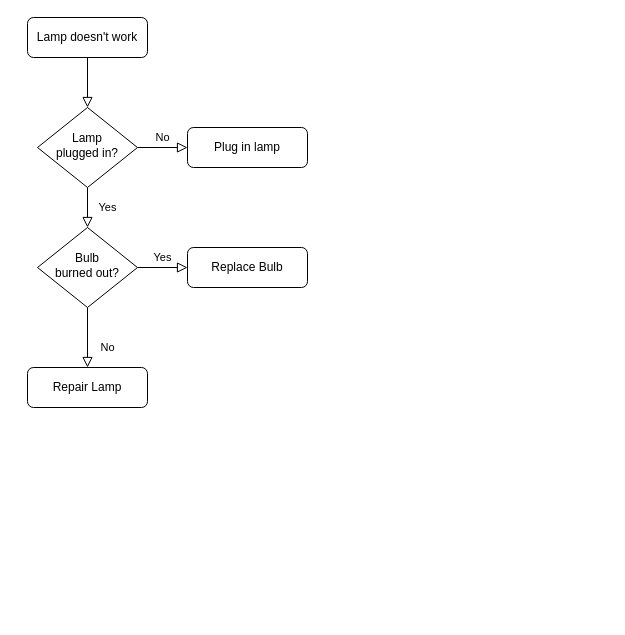
Before: 活动跟团关系管理.drawio in Luffybaga/draw, a draw.io diagram. Source tidied: cells renumbered, new cells numbered last; positions are measured from the earlier drawing's top-left corner, leaving out a move shared by most shapes. Both pictures are drawn from the tidied source at 100%, with x=0, y=0 at pixel (27, 17).
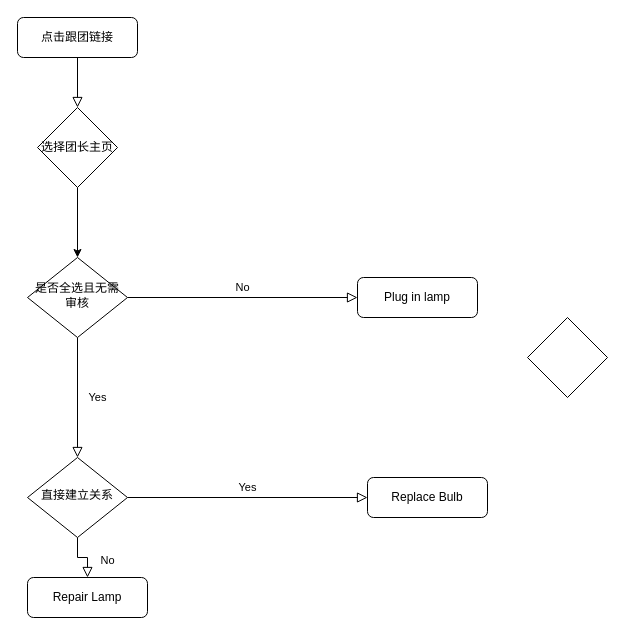
After the change.

Commit message:
更新活动跟团关系管理.drawio

The edit, as a diff of the source:
```diff
@@
 <mxGraphModel>
   <root>
     <mxCell id="0" />
     <mxCell id="1" parent="0" />
-    <mxCell id="2" style="rounded=0;html=1;jettySize=auto;fontSize=11;endArrow=block;endFill=0;endSize=8;strokeWidth=1;shadow=0;labelBackgroundColor=none;edgeStyle=orthogonalEdgeStyle;" parent="1" edge="1" source="3" target="6">
+    <mxCell id="2" style="rounded=0;html=1;jettySize=auto;fontSize=11;endArrow=block;endFill=0;endSize=8;strokeWidth=1;shadow=0;labelBackgroundColor=none;edgeStyle=orthogonalEdgeStyle;entryX=0.5;entryY=0;entryDx=0;entryDy=0;" parent="1" edge="1" source="3" target="15">
       <mxGeometry relative="1" as="geometry" />
     </mxCell>
-    <mxCell id="3" value="Lamp doesn't work" style="rounded=1;whiteSpace=wrap;html=1;fontSize=12;glass=0;strokeWidth=1;shadow=0;" parent="1" vertex="1">
-      <mxGeometry width="120" height="40" as="geometry" />
+    <mxCell id="3" value="点击跟团链接" style="rounded=1;whiteSpace=wrap;html=1;fontSize=12;glass=0;strokeWidth=1;shadow=0;" parent="1" vertex="1">
+      <mxGeometry x="-10" width="120" height="40" as="geometry" />
     </mxCell>
     <mxCell id="4" value="Yes" style="rounded=0;html=1;jettySize=auto;fontSize=11;endArrow=block;endFill=0;endSize=8;strokeWidth=1;shadow=0;labelBackgroundColor=none;edgeStyle=orthogonalEdgeStyle;" parent="1" edge="1" source="6" target="10">
       <mxGeometry y="20" relative="1" as="geometry" />
     </mxCell>
     <mxCell id="5" value="No" style="edgeStyle=orthogonalEdgeStyle;rounded=0;html=1;jettySize=auto;fontSize=11;endArrow=block;endFill=0;endSize=8;strokeWidth=1;shadow=0;labelBackgroundColor=none;" parent="1" edge="1" source="6" target="7">
       <mxGeometry y="10" relative="1" as="geometry" />
     </mxCell>
-    <mxCell id="6" value="Lamp&lt;br&gt;plugged in?" style="rhombus;whiteSpace=wrap;html=1;shadow=0;fontFamily=Helvetica;fontSize=12;align=center;strokeWidth=1;spacing=6;spacingTop=-4;" parent="1" vertex="1">
-      <mxGeometry x="10" y="90" width="100" height="80" as="geometry" />
+    <mxCell id="6" value="是否全选且无需审核" style="rhombus;whiteSpace=wrap;html=1;shadow=0;fontFamily=Helvetica;fontSize=12;align=center;strokeWidth=1;spacing=6;spacingTop=-4;" parent="1" vertex="1">
+      <mxGeometry y="240" width="100" height="80" as="geometry" />
     </mxCell>
     <mxCell id="7" value="Plug in lamp" style="rounded=1;whiteSpace=wrap;html=1;fontSize=12;glass=0;strokeWidth=1;shadow=0;" parent="1" vertex="1">
-      <mxGeometry x="160" y="110" width="120" height="40" as="geometry" />
+      <mxGeometry x="330" y="260" width="120" height="40" as="geometry" />
     </mxCell>
     <mxCell id="8" value="No" style="rounded=0;html=1;jettySize=auto;fontSize=11;endArrow=block;endFill=0;endSize=8;strokeWidth=1;shadow=0;labelBackgroundColor=none;edgeStyle=orthogonalEdgeStyle;" parent="1" edge="1" source="10" target="11">
       <mxGeometry x="0.33" y="20" relative="1" as="geometry" />
     </mxCell>
     <mxCell id="9" value="Yes" style="edgeStyle=orthogonalEdgeStyle;rounded=0;html=1;jettySize=auto;fontSize=11;endArrow=block;endFill=0;endSize=8;strokeWidth=1;shadow=0;labelBackgroundColor=none;" parent="1" edge="1" source="10" target="12">
       <mxGeometry y="10" relative="1" as="geometry" />
     </mxCell>
-    <mxCell id="10" value="Bulb&lt;br&gt;burned out?" style="rhombus;whiteSpace=wrap;html=1;shadow=0;fontFamily=Helvetica;fontSize=12;align=center;strokeWidth=1;spacing=6;spacingTop=-4;" parent="1" vertex="1">
-      <mxGeometry x="10" y="210" width="100" height="80" as="geometry" />
+    <mxCell id="10" value="直接建立关系" style="rhombus;whiteSpace=wrap;html=1;shadow=0;fontFamily=Helvetica;fontSize=12;align=center;strokeWidth=1;spacing=6;spacingTop=-4;" parent="1" vertex="1">
+      <mxGeometry y="440" width="100" height="80" as="geometry" />
     </mxCell>
     <mxCell id="11" value="Repair Lamp" style="rounded=1;whiteSpace=wrap;html=1;fontSize=12;glass=0;strokeWidth=1;shadow=0;" parent="1" vertex="1">
-      <mxGeometry y="350" width="120" height="40" as="geometry" />
+      <mxGeometry y="560" width="120" height="40" as="geometry" />
     </mxCell>
     <mxCell id="12" value="Replace Bulb" style="rounded=1;whiteSpace=wrap;html=1;fontSize=12;glass=0;strokeWidth=1;shadow=0;" parent="1" vertex="1">
-      <mxGeometry x="160" y="230" width="120" height="40" as="geometry" />
+      <mxGeometry x="340" y="460" width="120" height="40" as="geometry" />
     </mxCell>
+    <mxCell id="13" style="rhombus;whiteSpace=wrap;html=1;" parent="1" vertex="1">
+      <mxGeometry x="500" y="300" width="80" height="80" as="geometry" />
+    </mxCell>
+    <mxCell id="14" style="edgeStyle=orthogonalEdgeStyle;rounded=0;jettySize=auto;html=1;exitX=0.5;exitY=1;exitDx=0;exitDy=0;entryX=0.5;entryY=0;entryDx=0;entryDy=0;" parent="1" edge="1" source="15" target="6">
+      <mxGeometry relative="1" as="geometry" />
+    </mxCell>
+    <mxCell id="15" value="选择团长主页" style="rhombus;whiteSpace=wrap;html=1;" parent="1" vertex="1">
+      <mxGeometry x="10" y="90" width="80" height="80" as="geometry" />
+    </mxCell>
   </root>
 </mxGraphModel>
```
